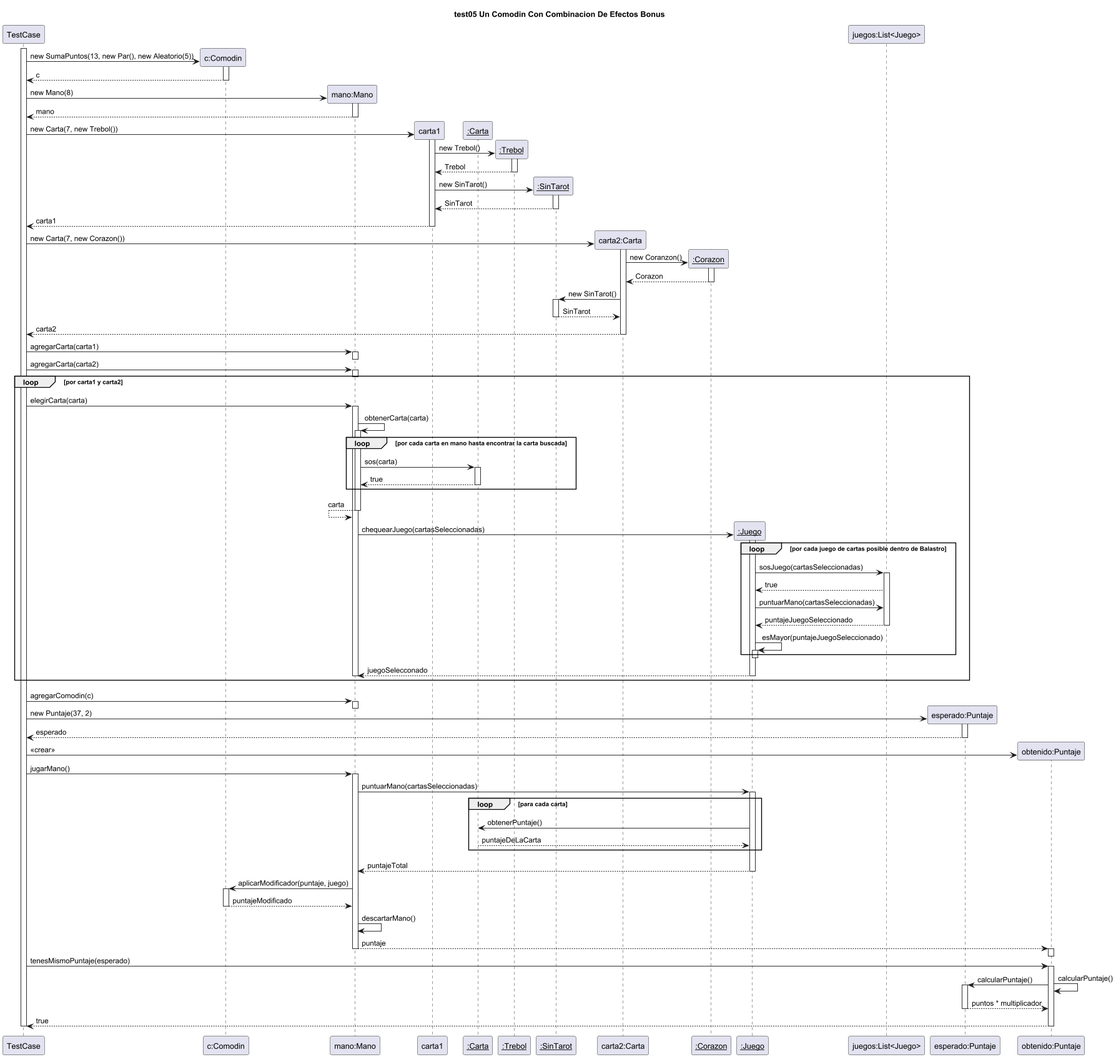
This is diagrams/sequences/casoDeUso5.png from facukresta/g06-tp2-2c-2024, a PlantUML export, as it was before one commit.
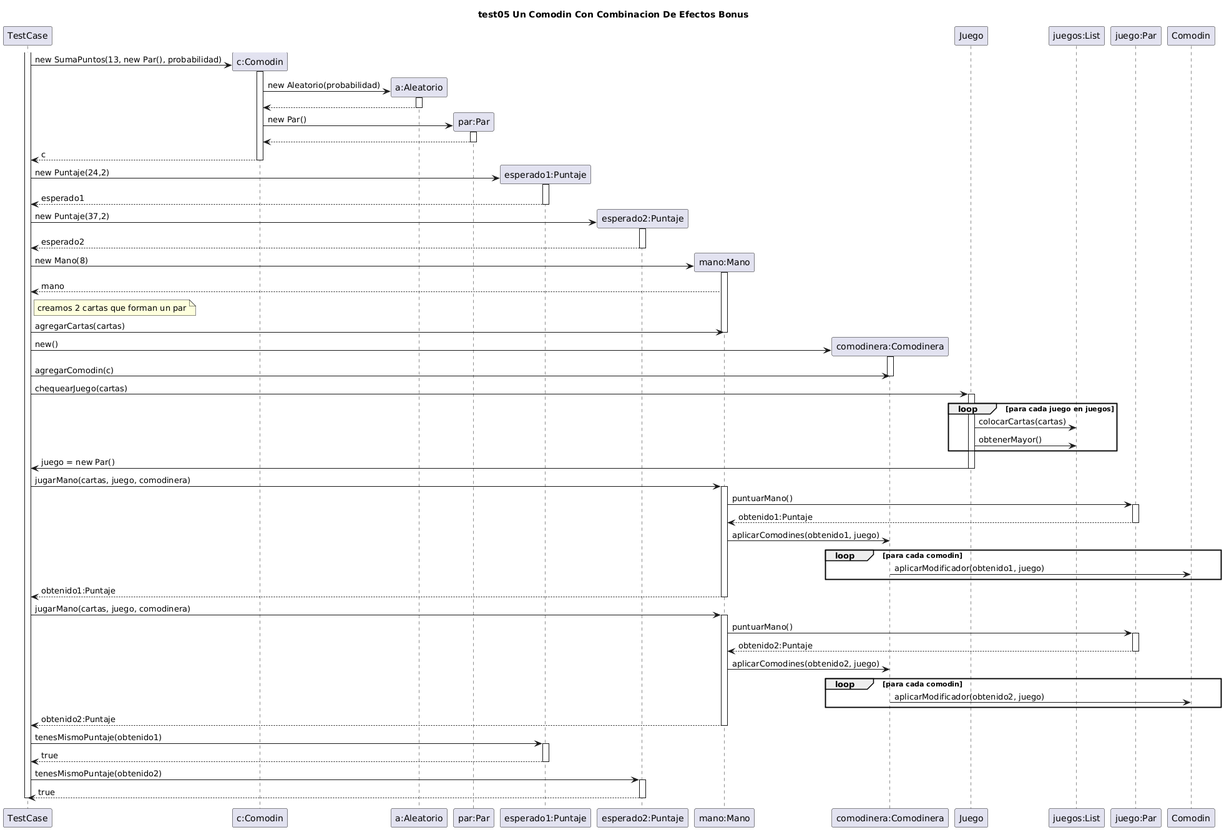
After the commit.

Change to the diagram source:
```diff
@@ -1,133 +1,95 @@
-@startuml casoDeUso5
+@startuml
 title "test05 Un Comodin Con Combinacion De Efectos Bonus"
-!pragma teoz true
 
 participant "TestCase" as TestCase
 
 activate TestCase
 
-TestCase -> "c:Comodin" as comodin **: new SumaPuntos(13, new Par(), new Aleatorio(5))
+TestCase -> "c:Comodin" as comodin **: new SumaPuntos(13, new Par(), probabilidad)
 
 activate comodin
+comodin -> "a:Aleatorio" as aleatorio **: new Aleatorio(probabilidad)
+activate aleatorio
+comodin <-- aleatorio
+deactivate aleatorio
+comodin -> "par:Par" as par ** : new Par()
+activate par
+comodin <-- par
+deactivate par
 TestCase <-- comodin : c
 deactivate comodin
+
+TestCase -> "esperado1:Puntaje" as esperado1 **: new Puntaje(24,2)
+activate esperado1
+TestCase <-- esperado1 : esperado1
+deactivate esperado1
+
+
+TestCase -> "esperado2:Puntaje" as esperado2 **: new Puntaje(37,2)
+activate esperado2
+TestCase <-- esperado2 : esperado2
+deactivate esperado2
 
 TestCase -> "mano:Mano" as mano **: new Mano(8)
 activate mano
 TestCase <-- mano : mano
+note right of TestCase: creamos 2 cartas que forman un par
+TestCase -> mano : agregarCartas(cartas)
 deactivate mano
 
-carta1 -[hidden]-> "__:Carta__" as instanciaCarta **: blank
-& TestCase -> "carta1:Carta" as carta1 **: new Carta(7, new Trebol())
-activate carta1
-carta1 -> "__:Trebol__" as trebol **: new Trebol()
-activate trebol
-carta1 <-- trebol : Trebol
-deactivate trebol
-carta1 -> "__:SinTarot__" as sinTarot **: new SinTarot()
-activate sinTarot
-carta1 <-- sinTarot : SinTarot
-deactivate sinTarot
-TestCase <-- carta1 : carta1
-deactivate carta1
+TestCase -> "comodinera:Comodinera" as comodinera **: new()
+activate comodinera
+TestCase -> comodinera : agregarComodin(c)
+deactivate comodinera
 
-TestCase -> "carta2:Carta" as carta2 **: new Carta(7, new Corazon())
-activate carta2
-carta2 -> "__:Corazon__" as corazon **: new Coranzon()
-activate corazon
-carta2 <-- corazon: Corazon
-deactivate corazon
-carta2 -> sinTarot : new SinTarot()
-activate sinTarot
-carta2 <-- sinTarot : SinTarot
-deactivate sinTarot
-TestCase <-- carta2 : carta2
-deactivate carta2
 
-TestCase -> mano : agregarCarta(carta1)
+TestCase -> "Juego" as juego : chequearJuego(cartas)
+activate juego
+loop para cada juego en juegos
+juego -> "juegos:List" as juegos : colocarCartas(cartas)
+juego -> juegos: obtenerMayor()
+end
+TestCase <- juego : juego = new Par()
+deactivate juego
+
+
+TestCase -> mano : jugarMano(cartas, juego, comodinera)
 activate mano
+mano -> "juego:Par" as mejor:  puntuarMano()
+
+activate mejor
+mano <-- mejor : obtenido1:Puntaje
+deactivate mejor
+mano -> comodinera : aplicarComodines(obtenido1, juego)
+loop para cada comodin
+comodinera -> "Comodin" : aplicarModificador(obtenido1, juego)
+end
+TestCase <-- mano : obtenido1:Puntaje
 deactivate mano
 
-TestCase -> mano : agregarCarta(carta2)
+TestCase -> mano : jugarMano(cartas, juego, comodinera)
 activate mano
+mano -> "juego:Par" as mejor:  puntuarMano()
+
+activate mejor
+mano <-- mejor : obtenido2:Puntaje
+deactivate mejor
+mano -> comodinera : aplicarComodines(obtenido2, juego)
+loop para cada comodin
+comodinera -> "Comodin" : aplicarModificador(obtenido2, juego)
+end
+TestCase <-- mano : obtenido2:Puntaje
 deactivate mano
 
+TestCase -> esperado1 : tenesMismoPuntaje(obtenido1)
+activate esperado1
+TestCase <-- esperado1 : true
+deactivate esperado1
 
-loop por carta1 y carta2
-TestCase -> mano : elegirCarta(carta)
-activate mano
-mano -> mano : obtenerCarta(carta)
-activate mano
-loop por cada carta en mano hasta encontrar la carta buscada
-mano -> "__:Carta__" as instanciaCarta : sos(carta)
-activate instanciaCarta
-instanciaCarta --> mano : true
-deactivate instanciaCarta
-end
-mano <-- mano : carta
-deactivate mano
-mano -> "__:Juego__" as juego **: chequearJuego(cartasSeleccionadas)
-activate juego
-loop por cada juego de cartas posible dentro de Balastro
-juego -> "juegos:List<Juego>" as juegos : sosJuego(cartasSeleccionadas)
-activate juegos
-juegos --> juego : true
-juego -> juegos : puntuarMano(cartasSeleccionadas)
-juego <-- juegos : puntajeJuegoSeleccionado
-deactivate juegos
-juego -> juego : esMayor(puntajeJuegoSeleccionado)
-
-activate juego
-deactivate juego
-end
-mano <-- juego : juegoSelecconado
-deactivate instanciaCarta
-deactivate juego
-deactivate mano
-end
-
-TestCase -> mano : agregarComodin(c)
-activate mano
-deactivate mano
-
-TestCase -> "esperado:Puntaje" as esperado **: new Puntaje(37, 2)
-activate esperado
-TestCase <-- esperado : esperado
-deactivate esperado
-
-TestCase -> "obtenido:Puntaje" as obtenido **: <<crear>>
-
-TestCase -> mano : jugarMano()
-activate mano
-mano -> juego : puntuarMano(cartasSeleccionadas)
-activate juego
-loop para cada carta
-juego -> instanciaCarta : obtenerPuntaje()
-juego <--instanciaCarta : puntajeDeLaCarta
-end
-mano <-- juego : puntajeTotal
-deactivate juego
-mano -> comodin : aplicarModificador(puntaje, juego)
-activate comodin
-comodin --> mano : puntajeModificado
-deactivate comodin
-mano -> mano : descartarMano()
-obtenido <-- mano : puntaje
-activate obtenido
-deactivate obtenido
-deactivate mano
-
-
-obtenido <- TestCase : tenesMismoPuntaje(esperado)
-activate obtenido
-obtenido -> obtenido : calcularPuntaje()
- & obtenido -> esperado : calcularPuntaje()
-activate esperado
-esperado --> obtenido : puntos * multiplicador
-deactivate esperado
-obtenido --> TestCase: true
-deactivate obtenido
+TestCase -> esperado2 : tenesMismoPuntaje(obtenido2)
+activate esperado2
+TestCase <-- esperado2 : true
+deactivate esperado2
 
 deactivate TestCase
-
 @enduml
```
